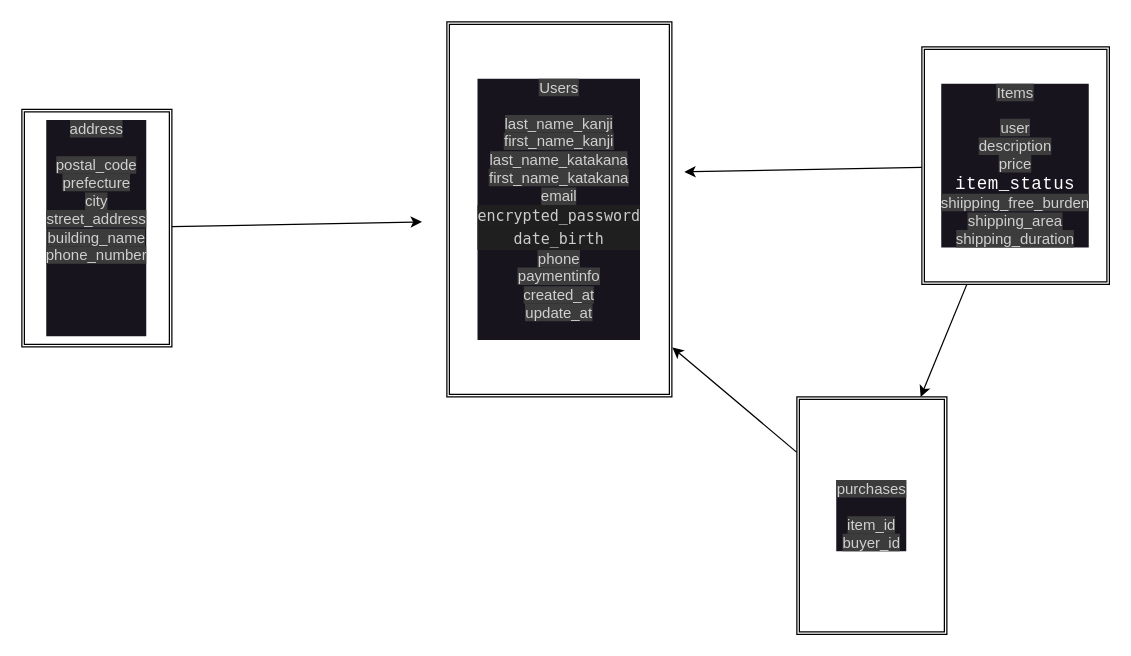
Earlier version of the draw.io diagram ER.dio (Ebisawa1016/furima-40312). Source tidied: cells renumbered, new cells numbered last; positions are measured from the earlier drawing's top-left corner, leaving out a move shared by most shapes. Both pictures are drawn from the tidied source at 125%, with x=0, y=0 at pixel (21, 21).
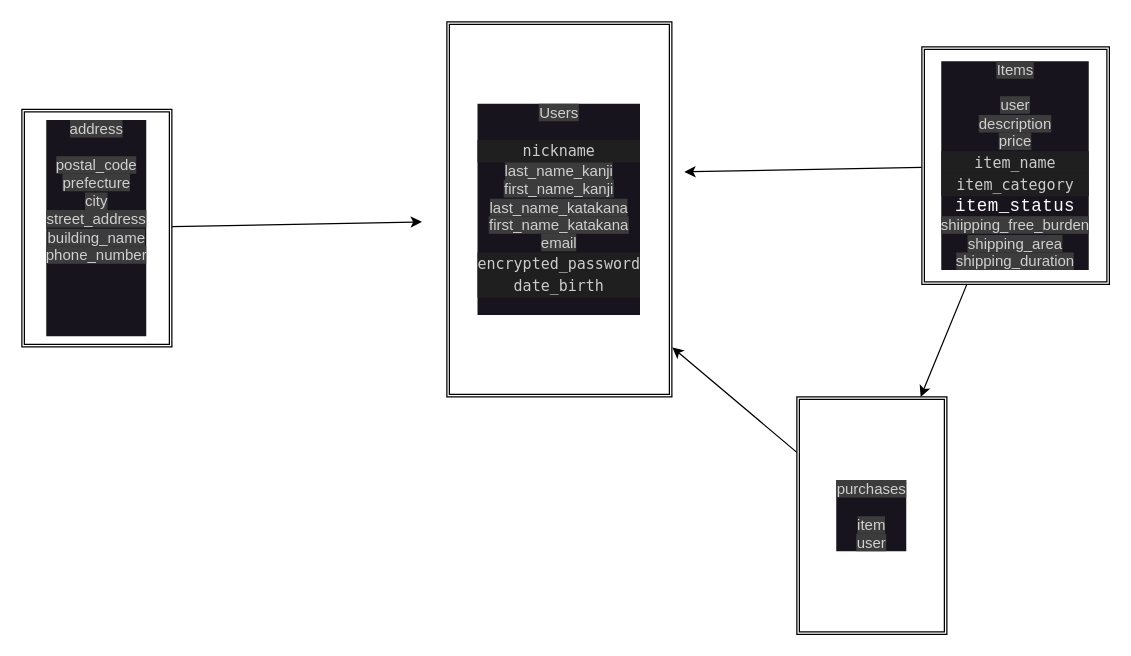
After the change.

Commit message (it also covers changes not shown here):
カラムの追加と削除

The edit, as a diff of the source:
```diff
@@
 <mxGraphModel>
   <root>
     <mxCell id="0" />
     <mxCell id="1" parent="0" />
-    <mxCell id="2" value="&lt;font color=&quot;#d0d0d0&quot;&gt;&lt;span style=&quot;background-color: rgb(60, 60, 60);&quot;&gt;Users&lt;br&gt;&lt;br&gt;last_name_kanji&lt;br&gt;first_name_kanji&lt;br&gt;last_name_katakana&lt;br&gt;first_name_katakana&lt;br&gt;&lt;/span&gt;&lt;/font&gt;&lt;font color=&quot;#d0d0d0&quot;&gt;&lt;span style=&quot;background-color: rgb(60, 60, 60);&quot;&gt;email&lt;br&gt;&lt;/span&gt;&lt;/font&gt;&lt;div style=&quot;color: rgb(204, 204, 204); background-color: rgb(31, 31, 31); font-family: Menlo, Monaco, &amp;quot;Courier New&amp;quot;, monospace; line-height: 18px;&quot;&gt;encrypted_password&lt;/div&gt;&lt;div style=&quot;color: rgb(204, 204, 204); background-color: rgb(31, 31, 31); font-family: Menlo, Monaco, &amp;quot;Courier New&amp;quot;, monospace; line-height: 18px;&quot;&gt;&lt;div style=&quot;line-height: 18px;&quot;&gt;date_birth &lt;/div&gt;&lt;/div&gt;&lt;font color=&quot;#d0d0d0&quot;&gt;&lt;span style=&quot;background-color: rgb(60, 60, 60);&quot;&gt;phone&lt;br&gt;paymentinfo&lt;br&gt;created_at&lt;br&gt;update_at&lt;br&gt;&lt;br&gt;&lt;/span&gt;&lt;/font&gt;" style="shape=ext;double=1;rounded=0;whiteSpace=wrap;html=1;labelBackgroundColor=#18141D;" parent="1" vertex="1">
+    <mxCell id="2" value="&lt;font color=&quot;#d0d0d0&quot;&gt;&lt;span style=&quot;background-color: rgb(60, 60, 60);&quot;&gt;Users&lt;br&gt;&lt;br&gt;&lt;/span&gt;&lt;/font&gt;&lt;div style=&quot;color: rgb(204, 204, 204); background-color: rgb(31, 31, 31); font-family: Menlo, Monaco, &amp;quot;Courier New&amp;quot;, monospace; line-height: 18px;&quot;&gt;nickname&lt;/div&gt;&lt;font color=&quot;#d0d0d0&quot;&gt;&lt;span style=&quot;background-color: rgb(60, 60, 60);&quot;&gt;last_name_kanji&lt;br&gt;first_name_kanji&lt;br&gt;last_name_katakana&lt;br&gt;first_name_katakana&lt;br&gt;&lt;/span&gt;&lt;/font&gt;&lt;font color=&quot;#d0d0d0&quot;&gt;&lt;span style=&quot;background-color: rgb(60, 60, 60);&quot;&gt;email&lt;br&gt;&lt;/span&gt;&lt;/font&gt;&lt;div style=&quot;color: rgb(204, 204, 204); background-color: rgb(31, 31, 31); font-family: Menlo, Monaco, &amp;quot;Courier New&amp;quot;, monospace; line-height: 18px;&quot;&gt;encrypted_password&lt;/div&gt;&lt;div style=&quot;color: rgb(204, 204, 204); background-color: rgb(31, 31, 31); font-family: Menlo, Monaco, &amp;quot;Courier New&amp;quot;, monospace; line-height: 18px;&quot;&gt;&lt;div style=&quot;line-height: 18px;&quot;&gt;date_birth&lt;/div&gt;&lt;/div&gt;&lt;font color=&quot;#d0d0d0&quot;&gt;&lt;span style=&quot;background-color: rgb(60, 60, 60);&quot;&gt;&lt;br&gt;&lt;/span&gt;&lt;/font&gt;" style="shape=ext;double=1;rounded=0;whiteSpace=wrap;html=1;labelBackgroundColor=#18141D;" parent="1" vertex="1">
       <mxGeometry x="340" width="180" height="300" as="geometry" />
     </mxCell>
     <mxCell id="3" style="edgeStyle=none;html=1;" parent="1" edge="1" source="5">
       <mxGeometry relative="1" as="geometry">
         <mxPoint x="530" y="120" as="targetPoint" />
       </mxGeometry>
     </mxCell>
     <mxCell id="4" style="edgeStyle=none;html=1;" parent="1" edge="1" source="5" target="9">
       <mxGeometry relative="1" as="geometry" />
     </mxCell>
-    <mxCell id="5" value="&lt;font color=&quot;#d0d0d0&quot;&gt;&lt;span style=&quot;background-color: rgb(60, 60, 60);&quot;&gt;Items&lt;br&gt;&lt;br&gt;user&lt;br&gt;description&lt;br&gt;price&lt;br&gt;&lt;/span&gt;&lt;/font&gt;&lt;span style=&quot;font-family: monospace; font-size: 14px; letter-spacing: 0.32px; text-align: left;&quot;&gt;&lt;font color=&quot;#ffffff&quot;&gt;item_status&lt;br&gt;&lt;/font&gt;&lt;/span&gt;&lt;font color=&quot;#d0d0d0&quot;&gt;&lt;span style=&quot;background-color: rgb(60, 60, 60);&quot;&gt;shiipping_free_burden&lt;br&gt;shipping_area&lt;br&gt;shipping_duration&lt;br&gt;&lt;/span&gt;&lt;/font&gt;" style="shape=ext;double=1;rounded=0;whiteSpace=wrap;html=1;labelBackgroundColor=#18141D;" parent="1" vertex="1">
+    <mxCell id="5" value="&lt;font color=&quot;#d0d0d0&quot;&gt;&lt;span style=&quot;background-color: rgb(60, 60, 60);&quot;&gt;Items&lt;br&gt;&lt;br&gt;user&lt;br&gt;description&lt;br&gt;price&lt;br&gt;&lt;/span&gt;&lt;/font&gt;&lt;div style=&quot;color: rgb(204, 204, 204); background-color: rgb(31, 31, 31); font-family: Menlo, Monaco, &amp;quot;Courier New&amp;quot;, monospace; line-height: 18px;&quot;&gt;item_name&lt;/div&gt;&lt;div style=&quot;color: rgb(204, 204, 204); background-color: rgb(31, 31, 31); font-family: Menlo, Monaco, &amp;quot;Courier New&amp;quot;, monospace; line-height: 18px;&quot;&gt;item_category&lt;/div&gt;&lt;span style=&quot;font-family: monospace; font-size: 14px; letter-spacing: 0.32px; text-align: left;&quot;&gt;&lt;font color=&quot;#ffffff&quot;&gt;item_status&lt;br&gt;&lt;/font&gt;&lt;/span&gt;&lt;font color=&quot;#d0d0d0&quot;&gt;&lt;span style=&quot;background-color: rgb(60, 60, 60);&quot;&gt;shiipping_free_burden&lt;br&gt;shipping_area&lt;br&gt;shipping_duration&lt;br&gt;&lt;/span&gt;&lt;/font&gt;" style="shape=ext;double=1;rounded=0;whiteSpace=wrap;html=1;labelBackgroundColor=#18141D;" parent="1" vertex="1">
       <mxGeometry x="720" y="20" width="150" height="190" as="geometry" />
     </mxCell>
     <mxCell id="6" style="edgeStyle=none;html=1;" parent="1" edge="1" source="7">
       <mxGeometry relative="1" as="geometry">
         <mxPoint x="320" y="160" as="targetPoint" />
       </mxGeometry>
     </mxCell>
     <mxCell id="7" value="&lt;font color=&quot;#d0d0d0&quot;&gt;&lt;span style=&quot;background-color: rgb(60, 60, 60);&quot;&gt;address&lt;br&gt;&lt;br&gt;postal_code&lt;br&gt;prefecture&lt;br&gt;city&lt;br&gt;street_address&lt;br&gt;building_name&lt;br&gt;phone_number&lt;br&gt;&lt;br&gt;&lt;br&gt;&lt;br&gt;&lt;br&gt;&lt;/span&gt;&lt;/font&gt;" style="shape=ext;double=1;rounded=0;whiteSpace=wrap;html=1;labelBackgroundColor=#18141D;" parent="1" vertex="1">
       <mxGeometry y="70" width="120" height="190" as="geometry" />
     </mxCell>
     <mxCell id="8" style="edgeStyle=none;html=1;entryX=1.002;entryY=0.868;entryDx=0;entryDy=0;entryPerimeter=0;" parent="1" edge="1" source="9" target="2">
       <mxGeometry relative="1" as="geometry" />
     </mxCell>
-    <mxCell id="9" value="&lt;font color=&quot;#d0d0d0&quot;&gt;&lt;span style=&quot;background-color: rgb(60, 60, 60);&quot;&gt;purchases&lt;br&gt;&lt;br&gt;item_id&lt;br&gt;buyer_id&lt;br&gt;&lt;/span&gt;&lt;/font&gt;" style="shape=ext;double=1;rounded=0;whiteSpace=wrap;html=1;labelBackgroundColor=#18141D;" parent="1" vertex="1">
+    <mxCell id="9" value="&lt;font color=&quot;#d0d0d0&quot;&gt;&lt;span style=&quot;background-color: rgb(60, 60, 60);&quot;&gt;purchases&lt;br&gt;&lt;br&gt;item&lt;br&gt;user&lt;br&gt;&lt;/span&gt;&lt;/font&gt;" style="shape=ext;double=1;rounded=0;whiteSpace=wrap;html=1;labelBackgroundColor=#18141D;" parent="1" vertex="1">
       <mxGeometry x="620" y="300" width="120" height="190" as="geometry" />
     </mxCell>
   </root>
 </mxGraphModel>
```
